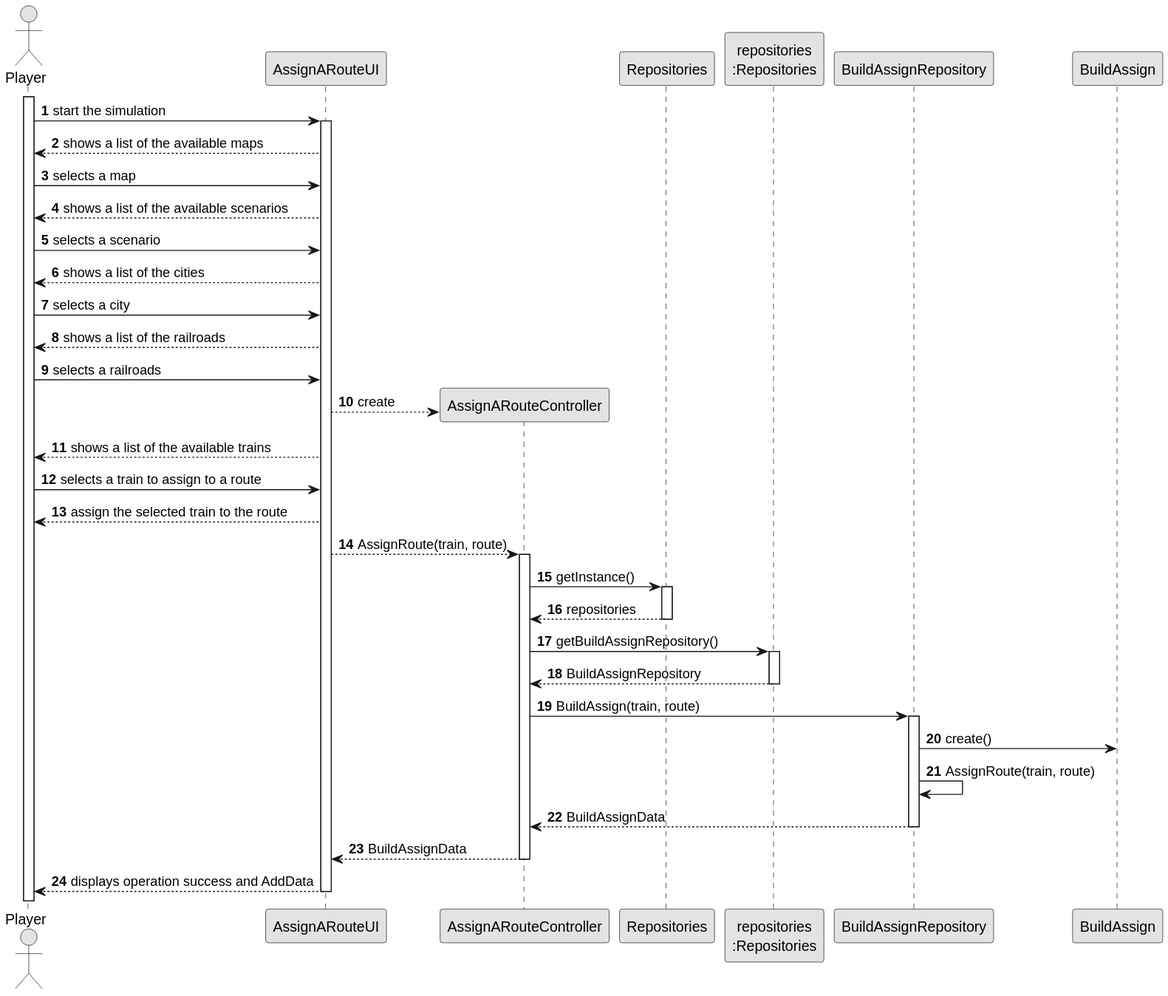
This is docs/sprint2/us010/03.design/svg/us010-sequence-diagram-full.svg from ivasduarte/all-aboard, a PlantUML export, as it was before one commit.
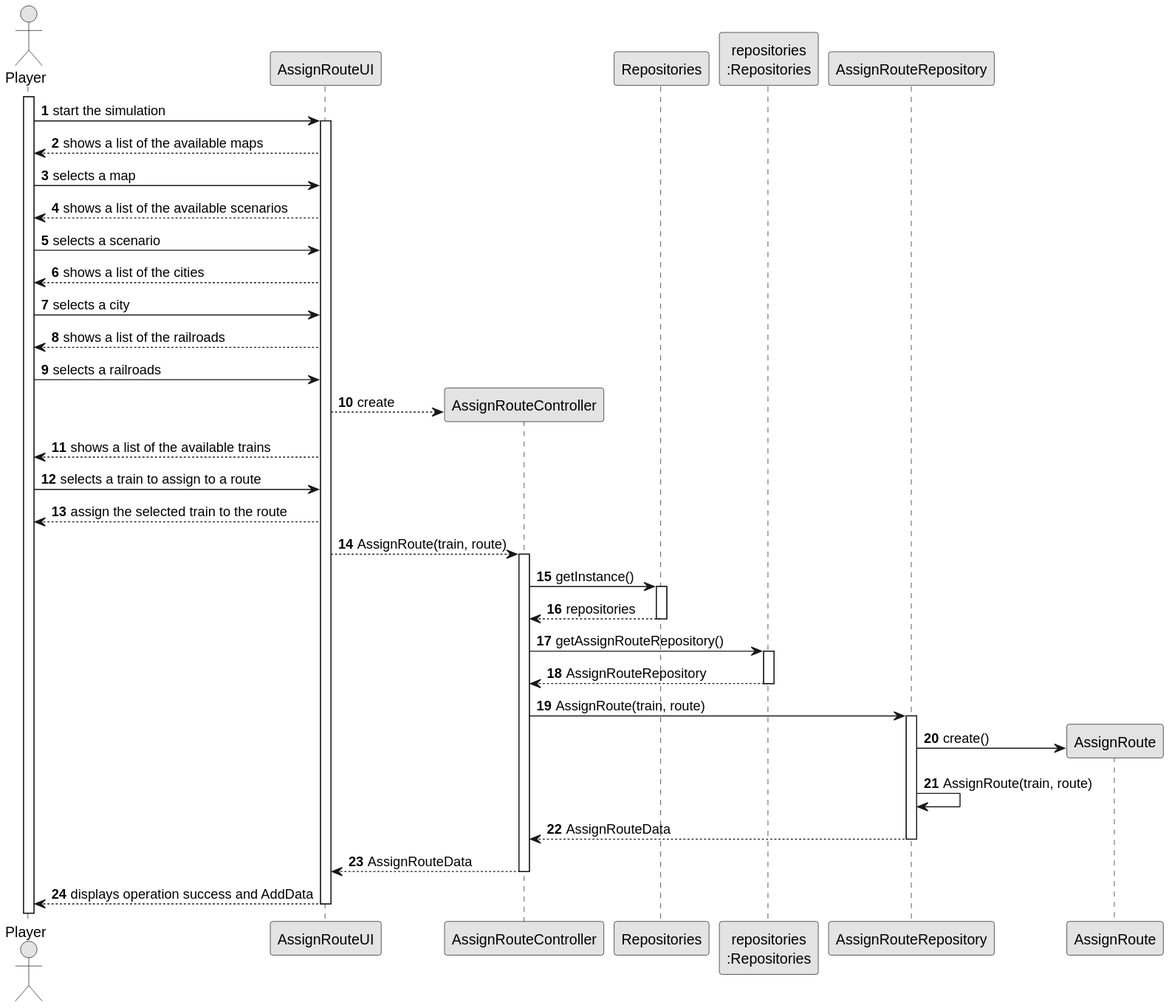
Above is the later version.

Commit message:
US010(docs): Changed Class and Sequence Diagram

Change to the diagram source:
```diff
@@ -6,7 +6,7 @@
 autonumber
 
 actor "Player" as Editor
-participant "AssignARouteUI" as UI
+participant "AssignRouteUI" as UI
 
 activate Editor
 
@@ -23,7 +23,7 @@
 Editor -> UI : selects a railroads
 
 
-create "AssignARouteController" as CTRL
+create "AssignRouteController" as CTRL
 UI --> CTRL : create
 
 participant "Repositories" as RepositorySingleton
@@ -42,22 +42,23 @@
 RepositorySingleton --> CTRL : repositories
 deactivate RepositorySingleton
 
-CTRL -> PLAT : getBuildAssignRepository()
+CTRL -> PLAT : getAssignRouteRepository()
 activate PLAT
-PLAT --> CTRL : BuildAssignRepository
+PLAT --> CTRL : AssignRouteRepository
 deactivate PLAT
 
-CTRL -> BuildAssignRepository : BuildAssign(train, route)
-activate BuildAssignRepository
+CTRL -> AssignRouteRepository : AssignRoute(train, route)
+activate AssignRouteRepository
 
-create "BuildAssignRepository\n:BuildAssignRepository" as BuildAssignRepository
-BuildAssignRepository -> BuildAssign : create()
-BuildAssignRepository -> BuildAssignRepository : AssignRoute(train, route)
+create "AssignRouteRepository\n:AssignRouteRepository" as AssignRouteRepository
+create "AssignRoute" as AssignRoute
+AssignRouteRepository -> AssignRoute : create()
+AssignRouteRepository -> AssignRouteRepository : AssignRoute(train, route)
 
-BuildAssignRepository --> CTRL : BuildAssignData
-deactivate BuildAssignRepository
+AssignRouteRepository --> CTRL : AssignRouteData
+deactivate AssignRouteRepository
 
-CTRL --> UI : BuildAssignData
+CTRL --> UI : AssignRouteData
 deactivate CTRL
 
 UI --> Editor : displays operation success and AddData
```
